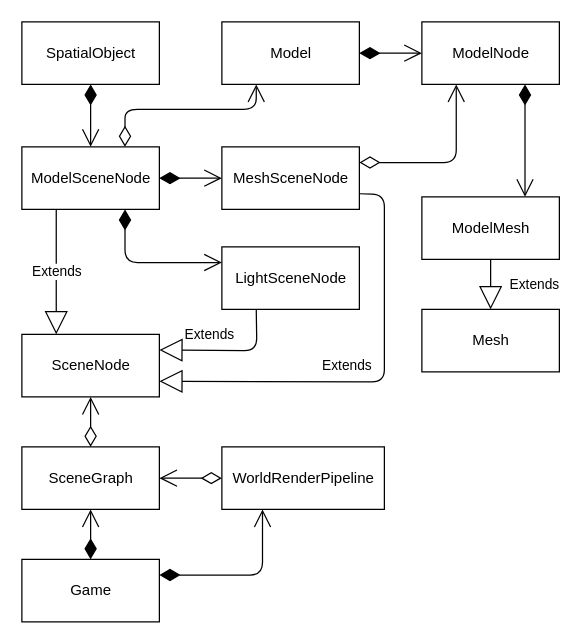
The draw.io diagram doc/graphics.drawio in seedhartha/reone, before the edit. Source tidied: cells renumbered, new cells numbered last; positions are measured from the earlier drawing's top-left corner, leaving out a move shared by most shapes. Both pictures are drawn from the tidied source at 125%, with x=0, y=0 at pixel (21, 21).
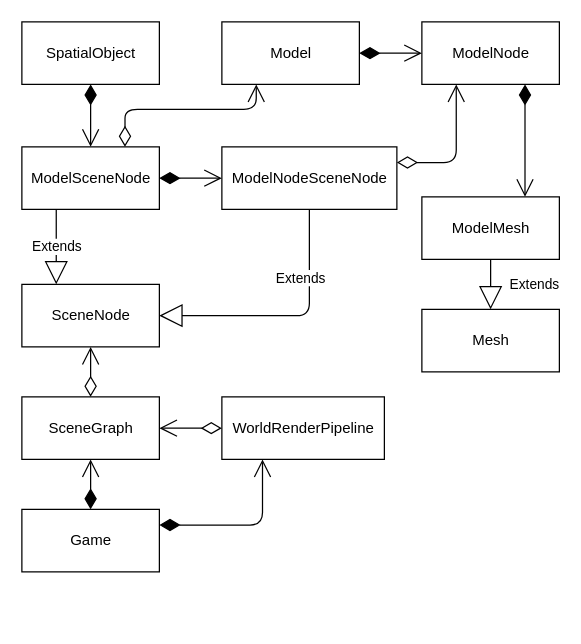
The same page after the edit.

Commit message:
doc: Update rendering system diagram

[ci skip]

The change refers to these unchanged cells:
```xml
<mxCell id="3" value="ModelSceneNode" style="html=1;" parent="1" vertex="1">
  <mxGeometry y="100" width="110" height="50" as="geometry" />
</mxCell>
```

Change to the diagram source:
```diff
@@
-    <mxCell id="4" value="MeshSceneNode" style="html=1;" parent="1" vertex="1">
-      <mxGeometry x="160" y="100" width="110" height="50" as="geometry" />
+    <mxCell id="4" value="ModelNodeSceneNode" style="html=1;" parent="1" vertex="1">
+      <mxGeometry x="160" y="100" width="140" height="50" as="geometry" />
     </mxCell>
-    <mxCell id="5" value="LightSceneNode" style="html=1;" parent="1" vertex="1">
-      <mxGeometry x="160" y="180" width="110" height="50" as="geometry" />
-    </mxCell>
@@
-    <mxCell id="8" style="endArrow=open;html=1;endSize=12;startArrow=diamondThin;startSize=14;startFill=1;edgeStyle=orthogonalEdgeStyle;align=left;verticalAlign=bottom;exitX=0.75;exitY=1;exitDx=0;exitDy=0;entryX=0;entryY=0.25;entryDx=0;entryDy=0;" parent="1" edge="1" source="3" target="5">
-      <mxGeometry x="-0.54" y="8" relative="1" as="geometry" />
-    </mxCell>
@@
     <mxCell id="18" value="SceneNode" style="html=1;" parent="1" vertex="1">
-      <mxGeometry y="250" width="110" height="50" as="geometry" />
+      <mxGeometry y="210" width="110" height="50" as="geometry" />
     </mxCell>
@@
-    <mxCell id="20" value="Extends" style="endArrow=block;endSize=16;endFill=0;html=1;exitX=0.25;exitY=1;exitDx=0;exitDy=0;entryX=1;entryY=0.25;entryDx=0;entryDy=0;" parent="1" edge="1" source="5" target="18">
-      <mxGeometry x="0.28" y="-13" relative="1" as="geometry">
-        <Array as="points">
-          <mxPoint x="188" y="263" />
-        </Array>
-      </mxGeometry>
-    </mxCell>
-    <mxCell id="21" value="Extends" style="endArrow=block;endSize=16;endFill=0;html=1;exitX=1;exitY=0.75;exitDx=0;exitDy=0;entryX=1;entryY=0.75;entryDx=0;entryDy=0;" parent="1" edge="1" source="4" target="18">
-      <mxGeometry x="0.14" y="-13" relative="1" as="geometry">
-        <Array as="points">
-          <mxPoint x="290" y="138" />
-          <mxPoint x="290" y="288" />
-        </Array>
-      </mxGeometry>
-    </mxCell>
     <mxCell id="22" value="SceneGraph" style="html=1;" parent="1" vertex="1">
-      <mxGeometry y="340" width="110" height="50" as="geometry" />
+      <mxGeometry y="300" width="110" height="50" as="geometry" />
     </mxCell>
@@
     <mxCell id="24" value="WorldRenderPipeline" style="html=1;" parent="1" vertex="1">
-      <mxGeometry x="160" y="340" width="130" height="50" as="geometry" />
+      <mxGeometry x="160" y="300" width="130" height="50" as="geometry" />
     </mxCell>
@@
     <mxCell id="26" value="Game" style="html=1;" parent="1" vertex="1">
-      <mxGeometry y="430" width="110" height="50" as="geometry" />
+      <mxGeometry y="390" width="110" height="50" as="geometry" />
     </mxCell>
@@
+    <mxCell id="21" value="Extends" style="endArrow=block;endSize=16;endFill=0;html=1;exitX=0.5;exitY=1;exitDx=0;exitDy=0;entryX=1;entryY=0.5;entryDx=0;entryDy=0;" parent="1" edge="1" source="4" target="18">
+      <mxGeometry x="-0.1" y="-30" relative="1" as="geometry">
+        <Array as="points">
+          <mxPoint x="230" y="235" />
+        </Array>
+      </mxGeometry>
+    </mxCell>
```
